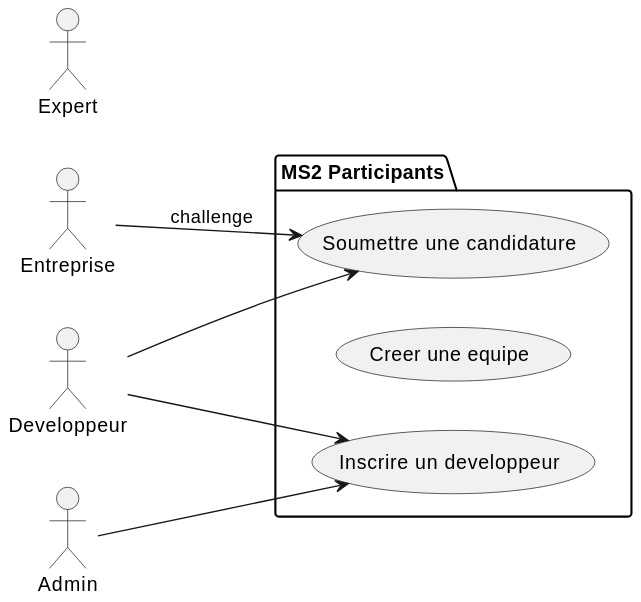
Above: docs/Diagrams/Participants/ms2-participants-use-case.svg in reemslama/mini-projet-web (PlantUML), before the change.
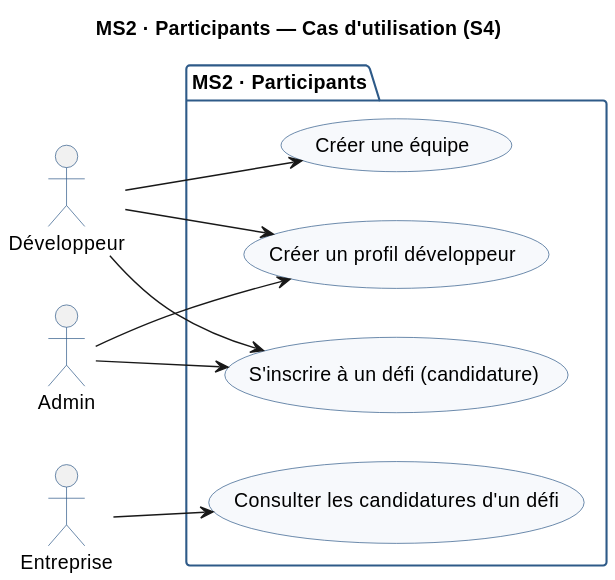
The same file after the commit.

Diff of the diagram source:
```diff
@@ -1,19 +1,31 @@
 @startuml
+title MS2 · Participants — Cas d'utilisation (S4)
+
 skinparam backgroundColor #FFFFFF
+skinparam shadowing false
+skinparam FontName Helvetica
+skinparam FontSize 12
+skinparam UsecaseBackgroundColor #F7F9FC
+skinparam UsecaseBorderColor #2E5A88
+skinparam ActorBorderColor #2E5A88
+skinparam PackageBorderColor #2E5A88
+
 left to right direction
-actor Entreprise
-actor Developpeur
-actor Expert
-actor Admin
+actor "Développeur" as DEV
+actor "Entreprise" as ENT
+actor "Admin" as ADM
 
-package "MS2 Participants" {
-  usecase "Inscrire un developpeur" as UC1
-  usecase "Creer une equipe" as UC2
-  usecase "Soumettre une candidature" as UC3
+package "MS2 · Participants" {
+  usecase "Créer un profil développeur" as UC1
+  usecase "Créer une équipe" as UC2
+  usecase "S'inscrire à un défi (candidature)" as UC3
+  usecase "Consulter les candidatures d'un défi" as UC4
 }
 
-Entreprise --> UC3 : challenge
-Developpeur --> UC1
-Developpeur --> UC3
-Admin --> UC1
+DEV --> UC1
+DEV --> UC2
+DEV --> UC3
+ENT --> UC4
+ADM --> UC1
+ADM --> UC3
 @enduml
```
